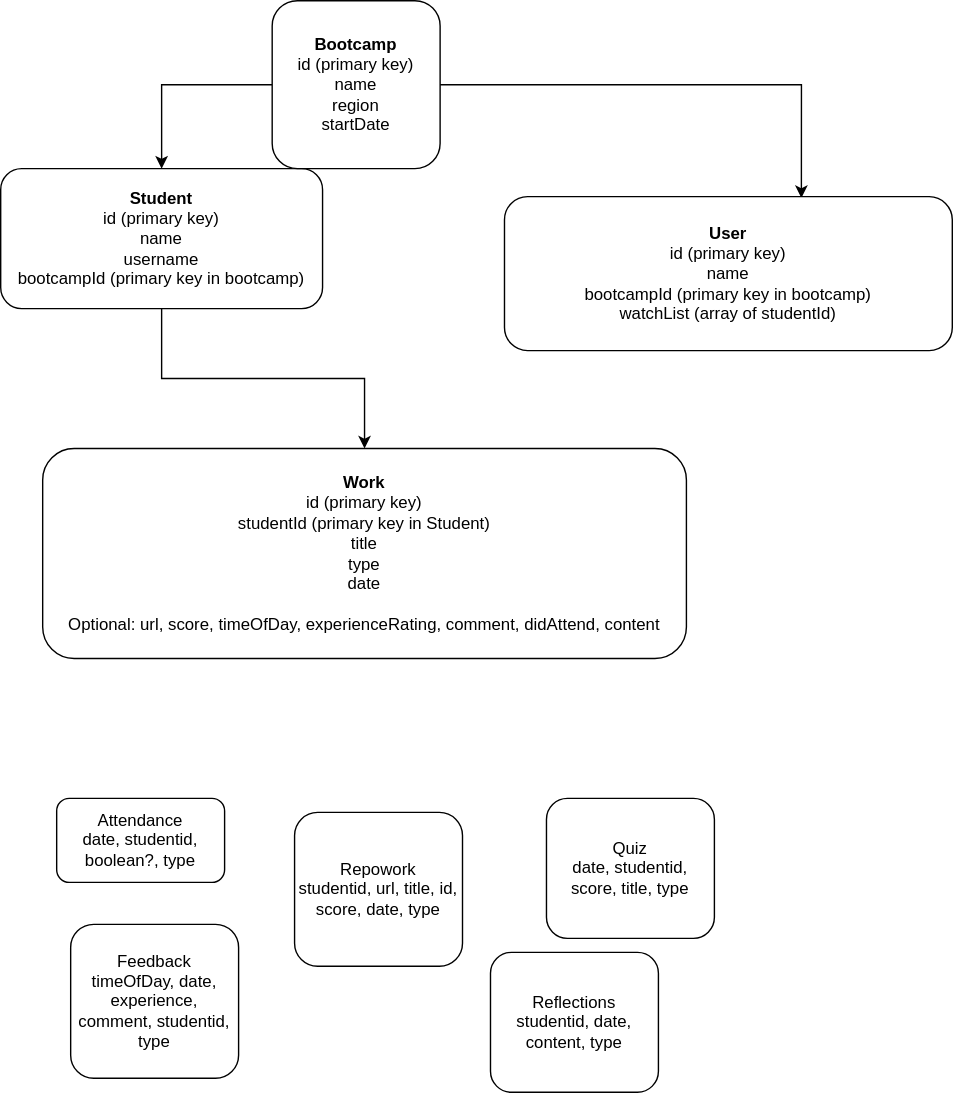
Earlier version of the draw.io export dataArchitecture.drawio.svg (SchoolOfCode/phantom-elephants-backend). Source tidied: cells renumbered, new cells last; positions are measured from the earlier drawing's top-left corner, leaving out a move shared by most shapes. Its diagram source:
```xml
<mxGraphModel>
  <root>
    <mxCell id="0" />
    <mxCell id="1" parent="0" />
    <mxCell id="2" style="edgeStyle=orthogonalEdgeStyle;rounded=0;jettySize=auto;html=1;exitX=0.5;exitY=1;exitDx=0;exitDy=0;" parent="1" edge="1" source="3" target="12">
      <mxGeometry relative="1" as="geometry" />
    </mxCell>
    <mxCell id="3" value="&lt;b&gt;Student&lt;br&gt;&lt;/b&gt;id (primary key)&lt;br&gt;name&lt;br&gt;username&lt;br&gt;bootcampId (primary key in bootcamp)" style="rounded=1;whiteSpace=wrap;html=1;fillColor=#FFFFFF;" parent="1" vertex="1">
      <mxGeometry y="120" width="230" height="100" as="geometry" />
    </mxCell>
    <mxCell id="4" style="edgeStyle=orthogonalEdgeStyle;rounded=0;jettySize=auto;html=1;exitX=0;exitY=0.5;exitDx=0;exitDy=0;" parent="1" edge="1" source="6" target="3">
      <mxGeometry relative="1" as="geometry" />
    </mxCell>
    <mxCell id="5" style="edgeStyle=orthogonalEdgeStyle;rounded=0;jettySize=auto;html=1;exitX=1;exitY=0.5;exitDx=0;exitDy=0;entryX=0.663;entryY=0.009;entryDx=0;entryDy=0;entryPerimeter=0;" parent="1" edge="1" source="6" target="13">
      <mxGeometry relative="1" as="geometry" />
    </mxCell>
    <mxCell id="6" value="&lt;b&gt;Bootcamp&lt;br&gt;&lt;/b&gt;id (primary key)&lt;br&gt;name&lt;br&gt;region&lt;br&gt;startDate" style="rounded=1;whiteSpace=wrap;html=1;fillColor=#FFFFFF;" parent="1" vertex="1">
      <mxGeometry x="194" width="120" height="120" as="geometry" />
    </mxCell>
    <mxCell id="7" value="Repowork&lt;br&gt;studentid, url, title, id, score, date, type" style="rounded=1;whiteSpace=wrap;html=1;" parent="1" vertex="1">
      <mxGeometry x="210" y="580" width="120" height="110" as="geometry" />
    </mxCell>
    <mxCell id="8" value="Feedback&lt;br&gt;timeOfDay, date, experience, comment, studentid, type" style="rounded=1;whiteSpace=wrap;html=1;" parent="1" vertex="1">
      <mxGeometry x="50" y="660" width="120" height="110" as="geometry" />
    </mxCell>
    <mxCell id="9" value="Quiz&lt;br&gt;date, studentid, score, title, type" style="rounded=1;whiteSpace=wrap;html=1;" parent="1" vertex="1">
      <mxGeometry x="390" y="570" width="120" height="100" as="geometry" />
    </mxCell>
    <mxCell id="10" value="Reflections&lt;br&gt;studentid, date, content, type" style="rounded=1;whiteSpace=wrap;html=1;" parent="1" vertex="1">
      <mxGeometry x="350" y="680" width="120" height="100" as="geometry" />
    </mxCell>
    <mxCell id="11" value="Attendance&lt;br&gt;date, studentid, boolean?, type" style="rounded=1;whiteSpace=wrap;html=1;" parent="1" vertex="1">
      <mxGeometry x="40" y="570" width="120" height="60" as="geometry" />
    </mxCell>
    <mxCell id="12" value="&lt;b&gt;Work&lt;br&gt;&lt;/b&gt;id (primary key)&lt;br&gt;studentId (primary key in Student)&lt;br&gt;title&lt;br&gt;type&lt;br&gt;date&lt;br&gt;&lt;br&gt;Optional: url, score, timeOfDay, experienceRating, comment, didAttend, content" style="rounded=1;whiteSpace=wrap;html=1;fillColor=#FFFFFF;" parent="1" vertex="1">
      <mxGeometry x="30" y="320" width="460" height="150" as="geometry" />
    </mxCell>
    <mxCell id="13" value="&lt;b&gt;User&lt;br&gt;&lt;/b&gt;id (primary key)&lt;br&gt;name&lt;br&gt;bootcampId (primary key in bootcamp)&lt;br&gt;watchList (array of studentId)" style="rounded=1;whiteSpace=wrap;html=1;fillColor=#FFFFFF;" parent="1" vertex="1">
      <mxGeometry x="360" y="140" width="320" height="110" as="geometry" />
    </mxCell>
  </root>
</mxGraphModel>
```
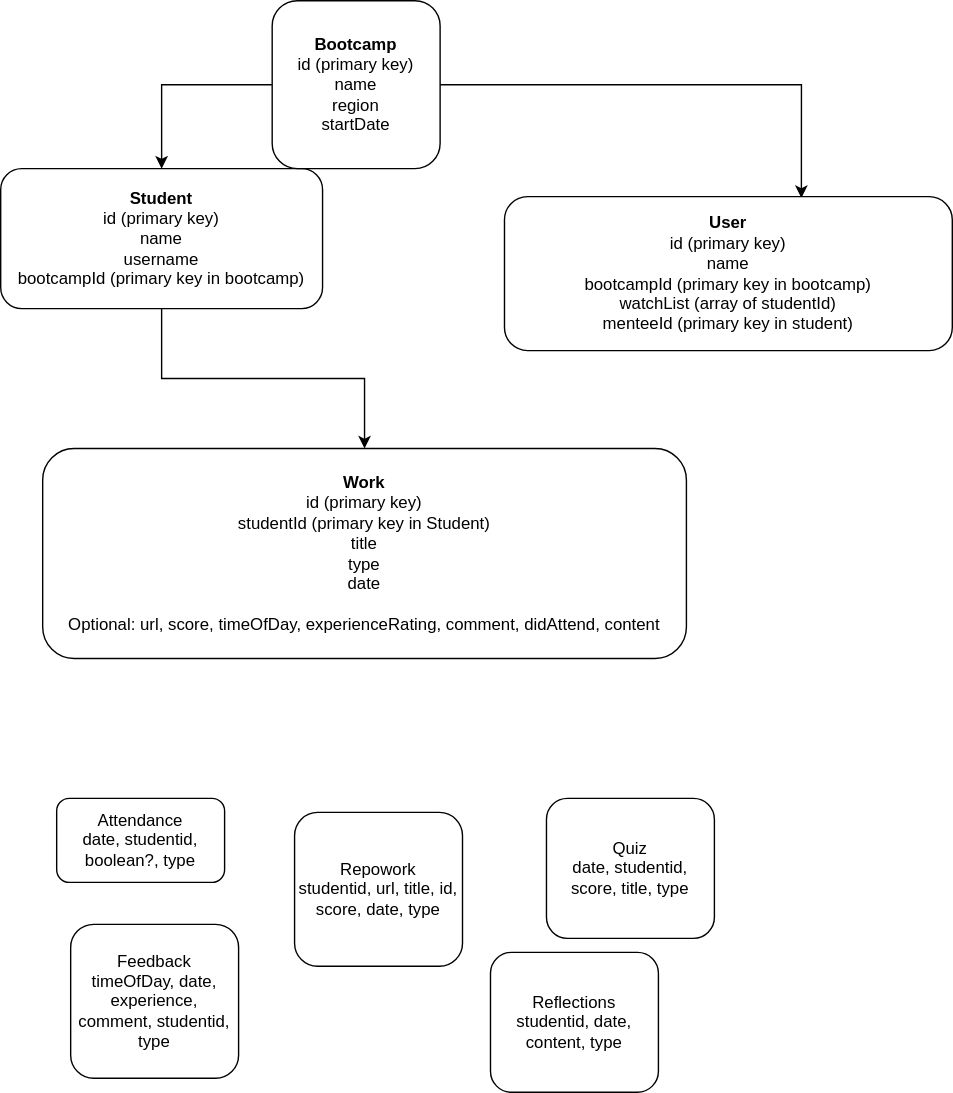
After the change.

What changed in the source:
```diff
@@ -35,7 +35,7 @@
     <mxCell id="12" value="&lt;b&gt;Work&lt;br&gt;&lt;/b&gt;id (primary key)&lt;br&gt;studentId (primary key in Student)&lt;br&gt;title&lt;br&gt;type&lt;br&gt;date&lt;br&gt;&lt;br&gt;Optional: url, score, timeOfDay, experienceRating, comment, didAttend, content" style="rounded=1;whiteSpace=wrap;html=1;fillColor=#FFFFFF;" parent="1" vertex="1">
       <mxGeometry x="30" y="320" width="460" height="150" as="geometry" />
     </mxCell>
-    <mxCell id="13" value="&lt;b&gt;User&lt;br&gt;&lt;/b&gt;id (primary key)&lt;br&gt;name&lt;br&gt;bootcampId (primary key in bootcamp)&lt;br&gt;watchList (array of studentId)" style="rounded=1;whiteSpace=wrap;html=1;fillColor=#FFFFFF;" parent="1" vertex="1">
+    <mxCell id="13" value="&lt;b&gt;User&lt;br&gt;&lt;/b&gt;id (primary key)&lt;br&gt;name&lt;br&gt;bootcampId (primary key in bootcamp)&lt;br&gt;watchList (array of studentId)&lt;br&gt;menteeId (primary key in student)" style="rounded=1;whiteSpace=wrap;html=1;fillColor=#FFFFFF;" parent="1" vertex="1">
       <mxGeometry x="360" y="140" width="320" height="110" as="geometry" />
     </mxCell>
   </root>
```
